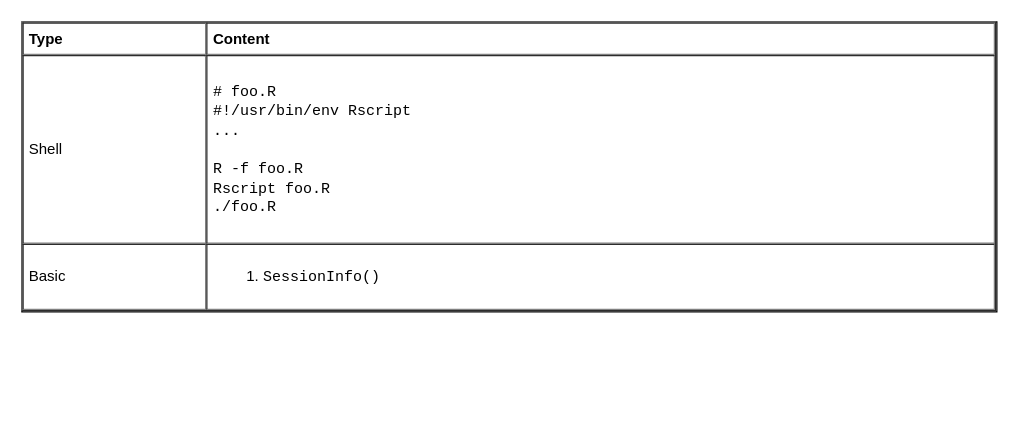
This is page "Syntax" (4 of 8) of languages/R/R.drawio from yangdj/tf_docs, a draw.io file, before an edit. Source tidied: cells renumbered, new cells numbered last; positions are measured from the earlier drawing's top-left corner, leaving out a move shared by most shapes. Both pictures are drawn from the tidied source at 125%, with x=0, y=0 at pixel (21, 21).
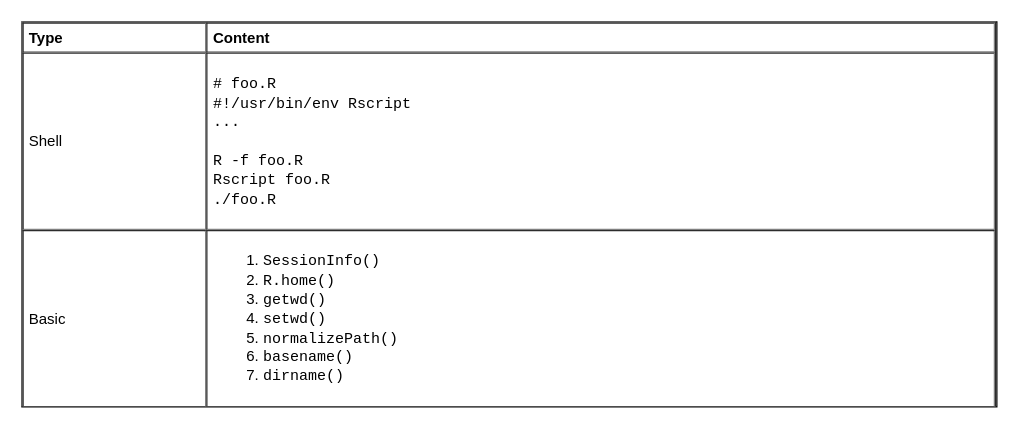
The same page after the edit.

What changed in the source:
```diff
@@
 <mxGraphModel>
   <root>
     <mxCell id="0" />
     <mxCell id="1" parent="0" />
-    <mxCell id="2" value="&lt;table cellpadding=&quot;4&quot; cellspacing=&quot;0&quot; border=&quot;1&quot; style=&quot;font-size: 1em ; width: 100% ; height: 100%&quot;&gt;&lt;tbody&gt;&lt;tr&gt;&lt;th&gt;Type&lt;/th&gt;&lt;th&gt;Content&lt;/th&gt;&lt;/tr&gt;&lt;tr&gt;&lt;td&gt;Shell&lt;/td&gt;&lt;td&gt;&lt;p&gt;&lt;/p&gt;&lt;font face=&quot;Courier New&quot;&gt;# foo.R&lt;br&gt;#!/usr/bin/env Rscript&lt;br&gt;...&lt;br&gt;&lt;br&gt;R -f foo.R&lt;br&gt;Rscript foo.R&lt;br&gt;./foo.R&lt;/font&gt;&lt;p&gt;&lt;/p&gt;&lt;/td&gt;&lt;/tr&gt;&lt;tr&gt;&lt;td&gt;Basic&lt;/td&gt;&lt;td&gt;&lt;ol&gt;&lt;li&gt;&lt;font face=&quot;Courier New&quot;&gt;SessionInfo()&lt;/font&gt;&lt;/li&gt;&lt;/ol&gt;&lt;/td&gt;&lt;/tr&gt;&lt;/tbody&gt;&lt;/table&gt; " style="verticalAlign=top;align=left;overflow=fill;fontSize=12;fontFamily=Helvetica;html=1;fillColor=none;" parent="1" vertex="1">
-      <mxGeometry width="780" height="232" as="geometry" />
+    <mxCell id="2" value="&lt;table cellpadding=&quot;4&quot; cellspacing=&quot;0&quot; border=&quot;1&quot; style=&quot;font-size: 1em ; width: 100% ; height: 100%&quot;&gt;&lt;tbody&gt;&lt;tr&gt;&lt;th&gt;Type&lt;/th&gt;&lt;th&gt;Content&lt;/th&gt;&lt;/tr&gt;&lt;tr&gt;&lt;td&gt;Shell&lt;/td&gt;&lt;td&gt;&lt;p&gt;&lt;/p&gt;&lt;font face=&quot;Courier New&quot;&gt;# foo.R&lt;br&gt;#!/usr/bin/env Rscript&lt;br&gt;...&lt;br&gt;&lt;br&gt;R -f foo.R&lt;br&gt;Rscript foo.R&lt;br&gt;./foo.R&lt;/font&gt;&lt;p&gt;&lt;/p&gt;&lt;/td&gt;&lt;/tr&gt;&lt;tr&gt;&lt;td&gt;Basic&lt;/td&gt;&lt;td&gt;&lt;ol&gt;&lt;li&gt;&lt;font face=&quot;Courier New&quot;&gt;SessionInfo()&lt;/font&gt;&lt;/li&gt;&lt;li&gt;&lt;font face=&quot;Courier New&quot;&gt;R.home()&lt;/font&gt;&lt;/li&gt;&lt;li&gt;&lt;font face=&quot;Courier New&quot;&gt;getwd()&lt;/font&gt;&lt;/li&gt;&lt;li&gt;&lt;font face=&quot;Courier New&quot;&gt;setwd()&lt;/font&gt;&lt;/li&gt;&lt;li&gt;&lt;font face=&quot;Courier New&quot;&gt;normalizePath()&lt;/font&gt;&lt;/li&gt;&lt;li&gt;&lt;font face=&quot;Courier New&quot;&gt;basename()&lt;/font&gt;&lt;/li&gt;&lt;li&gt;&lt;font face=&quot;Courier New&quot;&gt;dirname()&lt;/font&gt;&lt;/li&gt;&lt;/ol&gt;&lt;/td&gt;&lt;/tr&gt;&lt;/tbody&gt;&lt;/table&gt; " style="verticalAlign=top;align=left;overflow=fill;fontSize=12;fontFamily=Helvetica;html=1;fillColor=none;" parent="1" vertex="1">
+      <mxGeometry width="780" height="308" as="geometry" />
     </mxCell>
   </root>
 </mxGraphModel>
```
